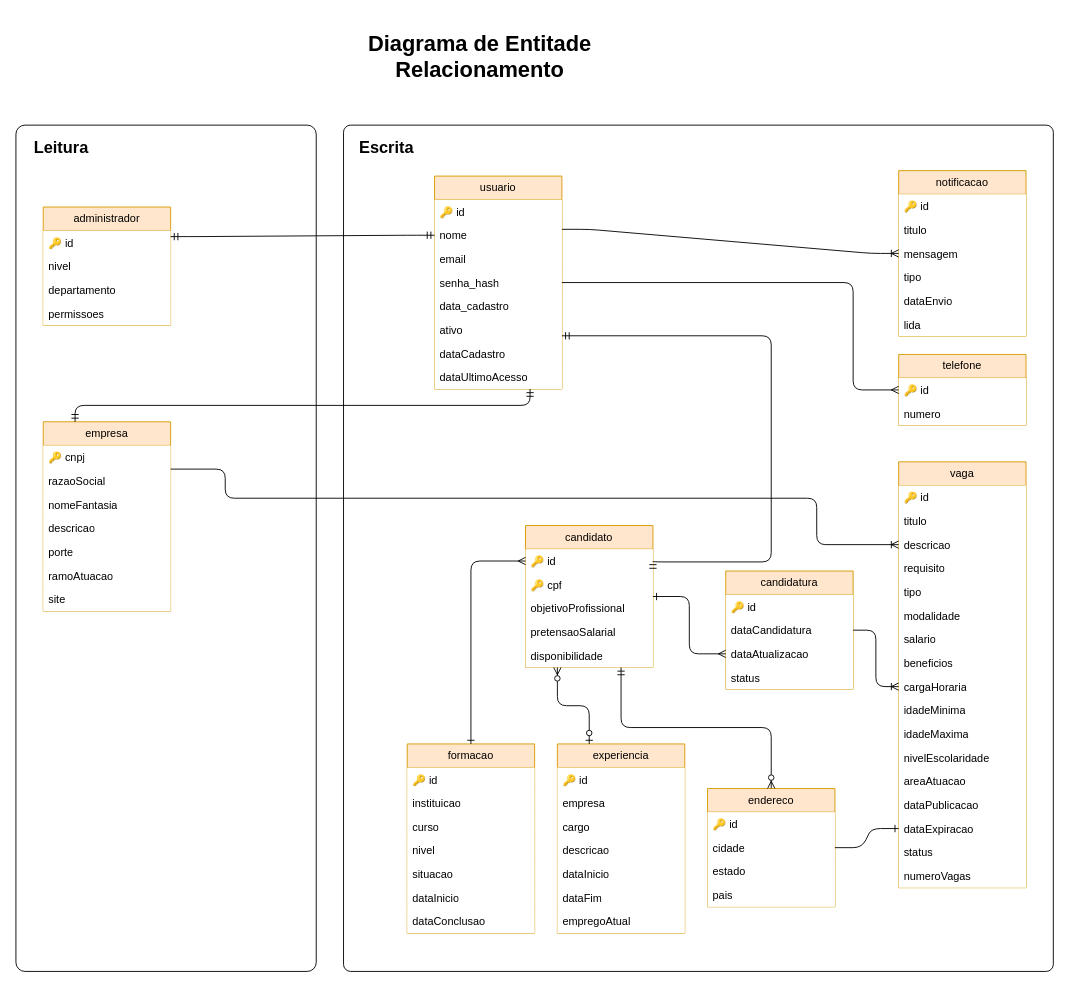
Before: page "Leitura-Escrita MatchVagas" (2 of 2) of Diagramas/Diagrama Entidade Relacionamento/Diagrama Entidade Relacionamento.dio in MatchVagas/Documentation, a draw.io diagram. Source tidied: cells renumbered, new cells numbered last; positions are measured from the earlier drawing's top-left corner, leaving out a move shared by most shapes. Both pictures are drawn from the tidied source at 91%, with x=0, y=0 at pixel (15, 25).
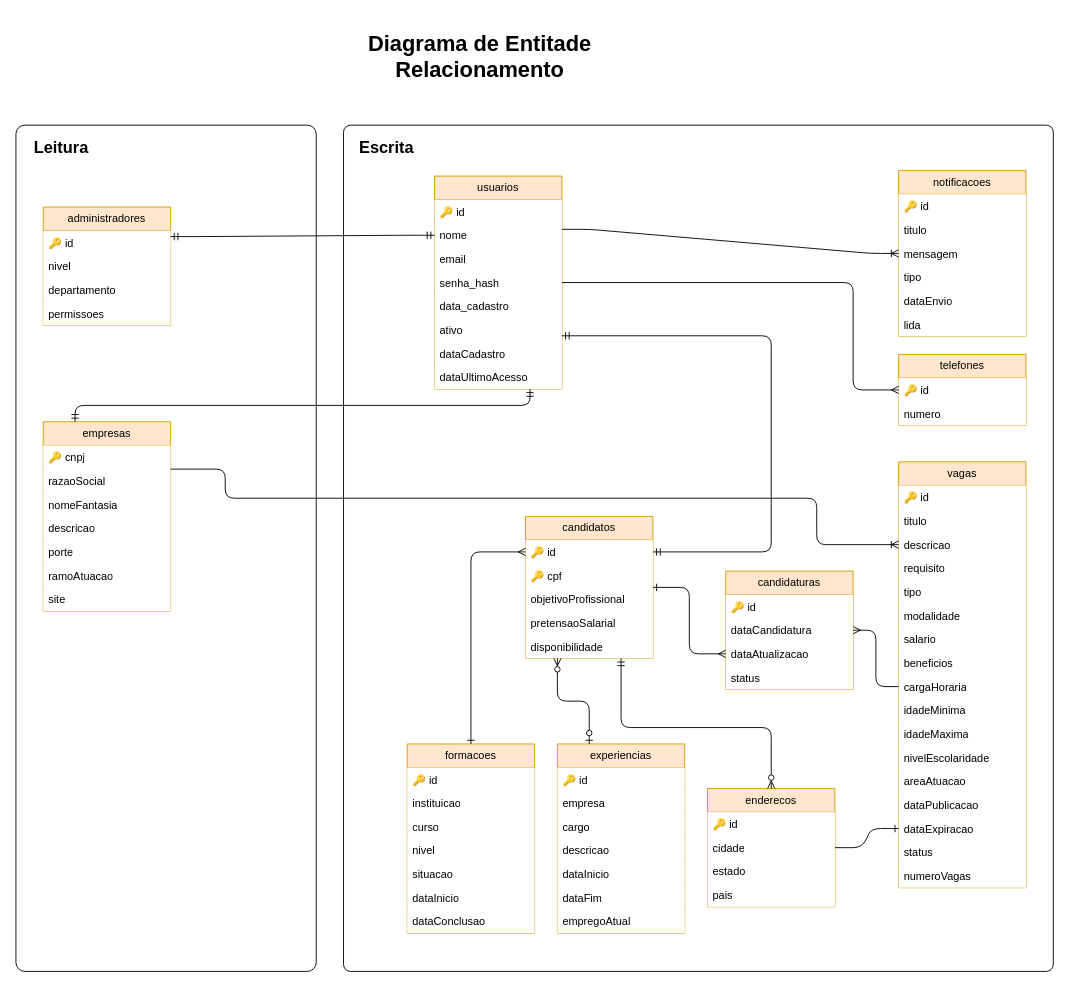
After the change.

Unchanged cells that the change refers to:
```xml
<mxCell id="44" value="cargaHoraria" style="text;strokeColor=none;fillColor=default;align=left;verticalAlign=top;spacingLeft=4;spacingRight=4;overflow=hidden;points=[[0,0.5],[1,0.5]];portConstraint=eastwest;whiteSpace=wrap;html=1;" parent="35" vertex="1">
  <mxGeometry y="234" width="140" height="26" as="geometry" />
</mxCell>
```

What changed in the source:
```diff
@@
-    <mxCell id="4" value="usuario" style="swimlane;fontStyle=0;horizontal=1;startSize=26;fillColor=#ffe6cc;whiteSpace=wrap;html=1;rounded=0;strokeColor=#d79b00;" parent="1" vertex="1">
+    <mxCell id="4" value="usuarios" style="swimlane;fontStyle=0;horizontal=1;startSize=26;fillColor=#ffe6cc;whiteSpace=wrap;html=1;rounded=0;strokeColor=#d79b00;" parent="1" vertex="1">
       <mxGeometry x="460" y="166" width="140" height="234" as="geometry" />
     </mxCell>
@@
-    <mxCell id="13" value="telefone" style="swimlane;fontStyle=0;horizontal=1;startSize=26;fillColor=#ffe6cc;whiteSpace=wrap;html=1;strokeColor=#d79b00;" parent="1" vertex="1">
+    <mxCell id="13" value="telefones" style="swimlane;fontStyle=0;horizontal=1;startSize=26;fillColor=#ffe6cc;whiteSpace=wrap;html=1;strokeColor=#d79b00;" parent="1" vertex="1">
       <mxGeometry x="970" y="362" width="140" height="78" as="geometry" />
     </mxCell>
@@
-    <mxCell id="16" value="candidato" style="swimlane;fontStyle=0;horizontal=1;startSize=26;fillColor=#ffe6cc;whiteSpace=wrap;html=1;rounded=0;strokeColor=#d79b00;" parent="1" vertex="1">
-      <mxGeometry x="560" y="550" width="140" height="156" as="geometry" />
+    <mxCell id="16" value="candidatos" style="swimlane;fontStyle=0;horizontal=1;startSize=26;fillColor=#ffe6cc;whiteSpace=wrap;html=1;rounded=0;strokeColor=#d79b00;" parent="1" vertex="1">
+      <mxGeometry x="560" y="540" width="140" height="156" as="geometry" />
     </mxCell>
@@
-    <mxCell id="22" value="endereco" style="swimlane;fontStyle=0;horizontal=1;startSize=26;fillColor=#ffe6cc;whiteSpace=wrap;html=1;rounded=0;strokeColor=#d79b00;" parent="1" vertex="1">
+    <mxCell id="22" value="enderecos" style="swimlane;fontStyle=0;horizontal=1;startSize=26;fillColor=#ffe6cc;whiteSpace=wrap;html=1;rounded=0;strokeColor=#d79b00;" parent="1" vertex="1">
       <mxGeometry x="760" y="839" width="140" height="130" as="geometry" />
     </mxCell>
@@
-    <mxCell id="27" value="empresa" style="swimlane;fontStyle=0;horizontal=1;startSize=26;fillColor=#ffe6cc;whiteSpace=wrap;html=1;rounded=0;strokeColor=#d79b00;" parent="1" vertex="1">
+    <mxCell id="27" value="empresas" style="swimlane;fontStyle=0;horizontal=1;startSize=26;fillColor=#ffe6cc;whiteSpace=wrap;html=1;rounded=0;strokeColor=#d79b00;" parent="1" vertex="1">
       <mxGeometry x="30" y="436" width="140" height="208" as="geometry" />
     </mxCell>
@@
-    <mxCell id="35" value="vaga" style="swimlane;fontStyle=0;horizontal=1;startSize=26;fillColor=#ffe6cc;whiteSpace=wrap;html=1;rounded=0;strokeColor=#d79b00;" parent="1" vertex="1">
+    <mxCell id="35" value="vagas" style="swimlane;fontStyle=0;horizontal=1;startSize=26;fillColor=#ffe6cc;whiteSpace=wrap;html=1;rounded=0;strokeColor=#d79b00;" parent="1" vertex="1">
       <mxGeometry x="970" y="480" width="140" height="468" as="geometry" />
     </mxCell>
@@
-    <mxCell id="53" value="administrador" style="swimlane;fontStyle=0;horizontal=1;startSize=26;fillColor=#ffe6cc;whiteSpace=wrap;html=1;rounded=0;strokeColor=#d79b00;" parent="1" vertex="1">
+    <mxCell id="53" value="administradores" style="swimlane;fontStyle=0;horizontal=1;startSize=26;fillColor=#ffe6cc;whiteSpace=wrap;html=1;rounded=0;strokeColor=#d79b00;" parent="1" vertex="1">
       <mxGeometry x="30" y="200" width="140" height="130" as="geometry" />
     </mxCell>
@@
-    <mxCell id="58" value="formacao" style="swimlane;fontStyle=0;horizontal=1;startSize=26;fillColor=#ffe6cc;whiteSpace=wrap;html=1;rounded=0;strokeColor=#d79b00;" parent="1" vertex="1">
+    <mxCell id="58" value="formacoes" style="swimlane;fontStyle=0;horizontal=1;startSize=26;fillColor=#ffe6cc;whiteSpace=wrap;html=1;rounded=0;strokeColor=#d79b00;" parent="1" vertex="1">
       <mxGeometry x="430" y="790" width="140" height="208" as="geometry" />
     </mxCell>
@@
-    <mxCell id="66" value="experiencia" style="swimlane;fontStyle=0;horizontal=1;startSize=26;fillColor=#ffe6cc;whiteSpace=wrap;html=1;rounded=0;strokeColor=#d79b00;" parent="1" vertex="1">
+    <mxCell id="66" value="experiencias" style="swimlane;fontStyle=0;horizontal=1;startSize=26;fillColor=#ffe6cc;whiteSpace=wrap;html=1;rounded=0;strokeColor=#d79b00;" parent="1" vertex="1">
       <mxGeometry x="595" y="790" width="140" height="208" as="geometry" />
     </mxCell>
@@
-    <mxCell id="74" value="candidatura" style="swimlane;fontStyle=0;horizontal=1;startSize=26;fillColor=#ffe6cc;whiteSpace=wrap;html=1;rounded=0;strokeColor=#d79b00;" parent="1" vertex="1">
+    <mxCell id="74" value="candidaturas" style="swimlane;fontStyle=0;horizontal=1;startSize=26;fillColor=#ffe6cc;whiteSpace=wrap;html=1;rounded=0;strokeColor=#d79b00;" parent="1" vertex="1">
       <mxGeometry x="780" y="600" width="140" height="130" as="geometry" />
     </mxCell>
@@
-    <mxCell id="79" value="notificacao" style="swimlane;fontStyle=0;horizontal=1;startSize=26;fillColor=#ffe6cc;whiteSpace=wrap;html=1;rounded=0;strokeColor=#d79b00;" parent="1" vertex="1">
+    <mxCell id="79" value="notificacoes" style="swimlane;fontStyle=0;horizontal=1;startSize=26;fillColor=#ffe6cc;whiteSpace=wrap;html=1;rounded=0;strokeColor=#d79b00;" parent="1" vertex="1">
       <mxGeometry x="970" y="160" width="140" height="182" as="geometry" />
     </mxCell>
@@
     <mxCell id="90" style="edgeStyle=orthogonalEdgeStyle;fontSize=12;html=1;endArrow=ERmandOne;startArrow=ERmandOne;entryX=1;entryY=0.75;entryDx=0;entryDy=0;exitX=1;exitY=0.25;exitDx=0;exitDy=0;" parent="1" edge="1" source="16" target="4">
       <mxGeometry relative="1" as="geometry">
         <Array as="points">
-          <mxPoint x="830" y="590" />
-          <mxPoint x="830" y="341" />
+          <mxPoint x="830" y="579" />
+          <mxPoint x="830" y="342" />
         </Array>
       </mxGeometry>
     </mxCell>
@@
-    <mxCell id="97" style="edgeStyle=orthogonalEdgeStyle;fontSize=12;html=1;endArrow=ERoneToMany;exitX=1;exitY=0.5;exitDx=0;exitDy=0;entryX=0;entryY=0.5;entryDx=0;entryDy=0;" parent="1" edge="1" source="74" target="44">
+    <mxCell id="97" style="edgeStyle=orthogonalEdgeStyle;fontSize=12;html=1;endArrow=none;exitX=1;exitY=0.5;exitDx=0;exitDy=0;entryX=0;entryY=0.5;entryDx=0;entryDy=0;endFill=0;startArrow=ERmany;startFill=0;" parent="1" edge="1" source="74" target="44">
       <mxGeometry relative="1" as="geometry" />
     </mxCell>
```
